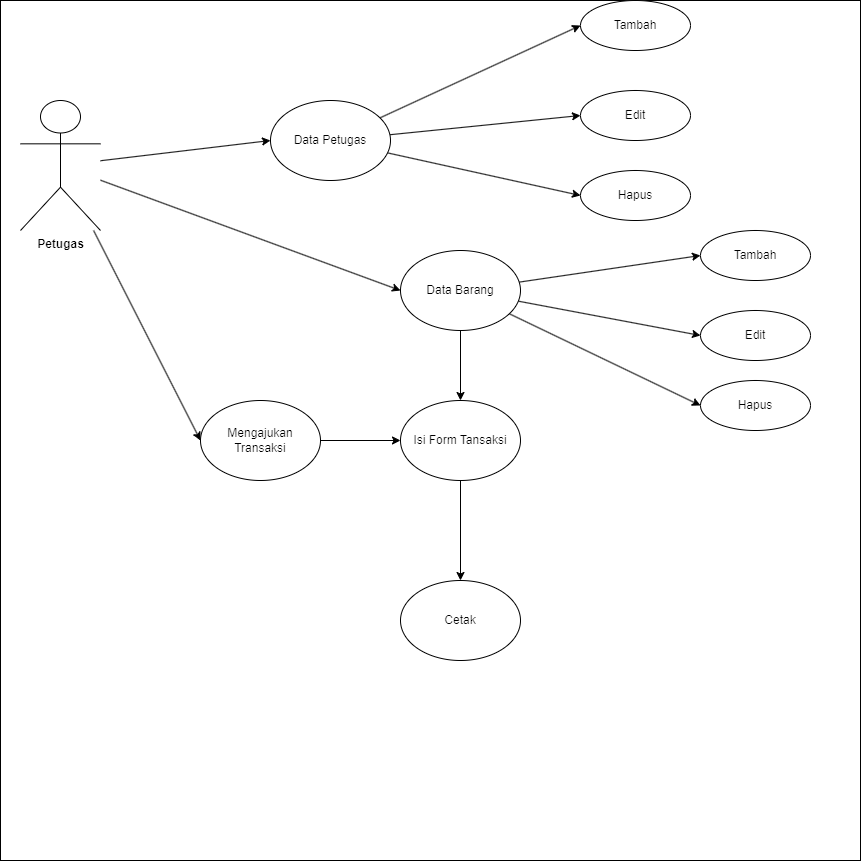
MountZ1/PR_PenjualanHandPhone_ArdiSaputraTIP-21.2 keeps this draw.io diagram as UseCaseDiagram.drawio.png. Above is the earlier version. Source tidied: cells renumbered, new cells last; positions are measured from the earlier drawing's top-left corner, leaving out a move shared by most shapes. Its diagram source:
```xml
<mxGraphModel>
  <root>
    <mxCell id="0" />
    <mxCell id="1" parent="0" />
    <mxCell id="2" style="whiteSpace=wrap;html=1;" parent="1" vertex="1">
      <mxGeometry width="860" height="860" as="geometry" />
    </mxCell>
    <mxCell id="3" style="edgeStyle=none;rounded=0;jettySize=auto;html=1;entryX=0;entryY=0.5;entryDx=0;entryDy=0;" parent="1" edge="1" source="6" target="8">
      <mxGeometry relative="1" as="geometry" />
    </mxCell>
    <mxCell id="4" style="edgeStyle=none;rounded=0;jettySize=auto;html=1;entryX=0;entryY=0.5;entryDx=0;entryDy=0;" parent="1" edge="1" source="6" target="12">
      <mxGeometry relative="1" as="geometry" />
    </mxCell>
    <mxCell id="5" style="edgeStyle=none;rounded=0;jettySize=auto;html=1;entryX=0;entryY=0.5;entryDx=0;entryDy=0;" parent="1" edge="1" source="6" target="17">
      <mxGeometry relative="1" as="geometry" />
    </mxCell>
    <mxCell id="6" value="&lt;b&gt;Petugas&lt;/b&gt;" style="shape=umlActor;verticalLabelPosition=bottom;verticalAlign=top;html=1;" parent="1" vertex="1">
      <mxGeometry x="20" y="100" width="80" height="130" as="geometry" />
    </mxCell>
    <mxCell id="7" style="edgeStyle=none;rounded=0;jettySize=auto;html=1;entryX=0;entryY=0.5;entryDx=0;entryDy=0;" parent="1" edge="1" source="8" target="25">
      <mxGeometry relative="1" as="geometry" />
    </mxCell>
    <mxCell id="8" value="Mengajukan Transaksi" style="ellipse;whiteSpace=wrap;html=1;" parent="1" vertex="1">
      <mxGeometry x="200" y="400" width="120" height="80" as="geometry" />
    </mxCell>
    <mxCell id="9" style="edgeStyle=none;rounded=0;jettySize=auto;html=1;entryX=0;entryY=0.5;entryDx=0;entryDy=0;" parent="1" edge="1" source="12" target="20">
      <mxGeometry relative="1" as="geometry" />
    </mxCell>
    <mxCell id="10" style="edgeStyle=none;rounded=0;jettySize=auto;html=1;entryX=0;entryY=0.5;entryDx=0;entryDy=0;" parent="1" edge="1" source="12" target="19">
      <mxGeometry relative="1" as="geometry" />
    </mxCell>
    <mxCell id="11" style="edgeStyle=none;rounded=0;jettySize=auto;html=1;entryX=0;entryY=0.5;entryDx=0;entryDy=0;" parent="1" edge="1" source="12" target="18">
      <mxGeometry relative="1" as="geometry" />
    </mxCell>
    <mxCell id="12" value="Data Petugas" style="ellipse;whiteSpace=wrap;html=1;" parent="1" vertex="1">
      <mxGeometry x="270" y="100" width="120" height="80" as="geometry" />
    </mxCell>
    <mxCell id="13" style="edgeStyle=none;rounded=0;jettySize=auto;html=1;entryX=0;entryY=0.5;entryDx=0;entryDy=0;" parent="1" edge="1" source="17" target="21">
      <mxGeometry relative="1" as="geometry" />
    </mxCell>
    <mxCell id="14" style="edgeStyle=none;rounded=0;jettySize=auto;html=1;entryX=0;entryY=0.5;entryDx=0;entryDy=0;" parent="1" edge="1" source="17" target="22">
      <mxGeometry relative="1" as="geometry" />
    </mxCell>
    <mxCell id="15" style="edgeStyle=none;rounded=0;jettySize=auto;html=1;entryX=0;entryY=0.5;entryDx=0;entryDy=0;" parent="1" edge="1" source="17" target="23">
      <mxGeometry relative="1" as="geometry" />
    </mxCell>
    <mxCell id="16" style="edgeStyle=none;rounded=0;jettySize=auto;html=1;entryX=0.5;entryY=0;entryDx=0;entryDy=0;" parent="1" edge="1" source="17" target="25">
      <mxGeometry relative="1" as="geometry" />
    </mxCell>
    <mxCell id="17" value="Data Barang" style="ellipse;whiteSpace=wrap;html=1;" parent="1" vertex="1">
      <mxGeometry x="400" y="250" width="120" height="80" as="geometry" />
    </mxCell>
    <mxCell id="18" value="Tambah" style="ellipse;whiteSpace=wrap;html=1;" parent="1" vertex="1">
      <mxGeometry x="580" width="110" height="50" as="geometry" />
    </mxCell>
    <mxCell id="19" value="Edit" style="ellipse;whiteSpace=wrap;html=1;" parent="1" vertex="1">
      <mxGeometry x="580" y="90" width="110" height="50" as="geometry" />
    </mxCell>
    <mxCell id="20" value="Hapus" style="ellipse;whiteSpace=wrap;html=1;" parent="1" vertex="1">
      <mxGeometry x="580" y="170" width="110" height="50" as="geometry" />
    </mxCell>
    <mxCell id="21" value="Tambah" style="ellipse;whiteSpace=wrap;html=1;" parent="1" vertex="1">
      <mxGeometry x="700" y="230" width="110" height="50" as="geometry" />
    </mxCell>
    <mxCell id="22" value="Edit" style="ellipse;whiteSpace=wrap;html=1;" parent="1" vertex="1">
      <mxGeometry x="700" y="310" width="110" height="50" as="geometry" />
    </mxCell>
    <mxCell id="23" value="Hapus" style="ellipse;whiteSpace=wrap;html=1;" parent="1" vertex="1">
      <mxGeometry x="700" y="380" width="110" height="50" as="geometry" />
    </mxCell>
    <mxCell id="24" style="edgeStyle=none;rounded=0;jettySize=auto;html=1;entryX=0.5;entryY=0;entryDx=0;entryDy=0;" parent="1" edge="1" source="25" target="26">
      <mxGeometry relative="1" as="geometry" />
    </mxCell>
    <mxCell id="25" value="Isi Form Tansaksi" style="ellipse;whiteSpace=wrap;html=1;" parent="1" vertex="1">
      <mxGeometry x="400" y="400" width="120" height="80" as="geometry" />
    </mxCell>
    <mxCell id="26" value="Cetak" style="ellipse;whiteSpace=wrap;html=1;" parent="1" vertex="1">
      <mxGeometry x="400" y="580" width="120" height="80" as="geometry" />
    </mxCell>
  </root>
</mxGraphModel>
```
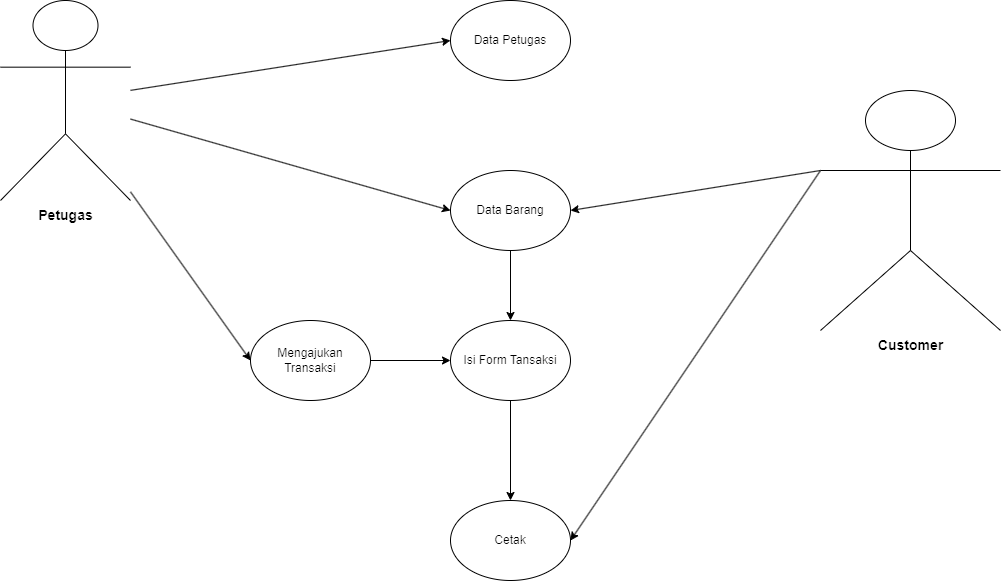
The same file after the commit.

What changed in the source:
```diff
@@ -2,9 +2,6 @@
   <root>
     <mxCell id="0" />
     <mxCell id="1" parent="0" />
-    <mxCell id="2" style="whiteSpace=wrap;html=1;" parent="1" vertex="1">
-      <mxGeometry width="860" height="860" as="geometry" />
-    </mxCell>
     <mxCell id="3" style="edgeStyle=none;rounded=0;jettySize=auto;html=1;entryX=0;entryY=0.5;entryDx=0;entryDy=0;" parent="1" edge="1" source="6" target="8">
       <mxGeometry relative="1" as="geometry" />
     </mxCell>
@@ -14,8 +11,8 @@
     <mxCell id="5" style="edgeStyle=none;rounded=0;jettySize=auto;html=1;entryX=0;entryY=0.5;entryDx=0;entryDy=0;" parent="1" edge="1" source="6" target="17">
       <mxGeometry relative="1" as="geometry" />
     </mxCell>
-    <mxCell id="6" value="&lt;b&gt;Petugas&lt;/b&gt;" style="shape=umlActor;verticalLabelPosition=bottom;verticalAlign=top;html=1;" parent="1" vertex="1">
-      <mxGeometry x="20" y="100" width="80" height="130" as="geometry" />
+    <mxCell id="6" value="&lt;b&gt;&lt;font style=&quot;font-size: 14px;&quot;&gt;Petugas&lt;/font&gt;&lt;/b&gt;" style="shape=umlActor;verticalLabelPosition=bottom;verticalAlign=top;html=1;" parent="1" vertex="1">
+      <mxGeometry x="-50" y="80" width="130" height="200" as="geometry" />
     </mxCell>
     <mxCell id="7" style="edgeStyle=none;rounded=0;jettySize=auto;html=1;entryX=0;entryY=0.5;entryDx=0;entryDy=0;" parent="1" edge="1" source="8" target="25">
       <mxGeometry relative="1" as="geometry" />
@@ -23,51 +20,15 @@
     <mxCell id="8" value="Mengajukan Transaksi" style="ellipse;whiteSpace=wrap;html=1;" parent="1" vertex="1">
       <mxGeometry x="200" y="400" width="120" height="80" as="geometry" />
     </mxCell>
-    <mxCell id="9" style="edgeStyle=none;rounded=0;jettySize=auto;html=1;entryX=0;entryY=0.5;entryDx=0;entryDy=0;" parent="1" edge="1" source="12" target="20">
-      <mxGeometry relative="1" as="geometry" />
-    </mxCell>
-    <mxCell id="10" style="edgeStyle=none;rounded=0;jettySize=auto;html=1;entryX=0;entryY=0.5;entryDx=0;entryDy=0;" parent="1" edge="1" source="12" target="19">
-      <mxGeometry relative="1" as="geometry" />
-    </mxCell>
-    <mxCell id="11" style="edgeStyle=none;rounded=0;jettySize=auto;html=1;entryX=0;entryY=0.5;entryDx=0;entryDy=0;" parent="1" edge="1" source="12" target="18">
-      <mxGeometry relative="1" as="geometry" />
-    </mxCell>
     <mxCell id="12" value="Data Petugas" style="ellipse;whiteSpace=wrap;html=1;" parent="1" vertex="1">
-      <mxGeometry x="270" y="100" width="120" height="80" as="geometry" />
+      <mxGeometry x="400" y="80" width="120" height="80" as="geometry" />
     </mxCell>
-    <mxCell id="13" style="edgeStyle=none;rounded=0;jettySize=auto;html=1;entryX=0;entryY=0.5;entryDx=0;entryDy=0;" parent="1" edge="1" source="17" target="21">
-      <mxGeometry relative="1" as="geometry" />
-    </mxCell>
-    <mxCell id="14" style="edgeStyle=none;rounded=0;jettySize=auto;html=1;entryX=0;entryY=0.5;entryDx=0;entryDy=0;" parent="1" edge="1" source="17" target="22">
-      <mxGeometry relative="1" as="geometry" />
-    </mxCell>
-    <mxCell id="15" style="edgeStyle=none;rounded=0;jettySize=auto;html=1;entryX=0;entryY=0.5;entryDx=0;entryDy=0;" parent="1" edge="1" source="17" target="23">
-      <mxGeometry relative="1" as="geometry" />
-    </mxCell>
     <mxCell id="16" style="edgeStyle=none;rounded=0;jettySize=auto;html=1;entryX=0.5;entryY=0;entryDx=0;entryDy=0;" parent="1" edge="1" source="17" target="25">
       <mxGeometry relative="1" as="geometry" />
     </mxCell>
     <mxCell id="17" value="Data Barang" style="ellipse;whiteSpace=wrap;html=1;" parent="1" vertex="1">
       <mxGeometry x="400" y="250" width="120" height="80" as="geometry" />
     </mxCell>
-    <mxCell id="18" value="Tambah" style="ellipse;whiteSpace=wrap;html=1;" parent="1" vertex="1">
-      <mxGeometry x="580" width="110" height="50" as="geometry" />
-    </mxCell>
-    <mxCell id="19" value="Edit" style="ellipse;whiteSpace=wrap;html=1;" parent="1" vertex="1">
-      <mxGeometry x="580" y="90" width="110" height="50" as="geometry" />
-    </mxCell>
-    <mxCell id="20" value="Hapus" style="ellipse;whiteSpace=wrap;html=1;" parent="1" vertex="1">
-      <mxGeometry x="580" y="170" width="110" height="50" as="geometry" />
-    </mxCell>
-    <mxCell id="21" value="Tambah" style="ellipse;whiteSpace=wrap;html=1;" parent="1" vertex="1">
-      <mxGeometry x="700" y="230" width="110" height="50" as="geometry" />
-    </mxCell>
-    <mxCell id="22" value="Edit" style="ellipse;whiteSpace=wrap;html=1;" parent="1" vertex="1">
-      <mxGeometry x="700" y="310" width="110" height="50" as="geometry" />
-    </mxCell>
-    <mxCell id="23" value="Hapus" style="ellipse;whiteSpace=wrap;html=1;" parent="1" vertex="1">
-      <mxGeometry x="700" y="380" width="110" height="50" as="geometry" />
-    </mxCell>
     <mxCell id="24" style="edgeStyle=none;rounded=0;jettySize=auto;html=1;entryX=0.5;entryY=0;entryDx=0;entryDy=0;" parent="1" edge="1" source="25" target="26">
       <mxGeometry relative="1" as="geometry" />
     </mxCell>
@@ -77,5 +38,14 @@
     <mxCell id="26" value="Cetak" style="ellipse;whiteSpace=wrap;html=1;" parent="1" vertex="1">
       <mxGeometry x="400" y="580" width="120" height="80" as="geometry" />
     </mxCell>
+    <mxCell id="27" value="&lt;b&gt;&lt;font style=&quot;font-size: 14px;&quot;&gt;Customer&lt;/font&gt;&lt;br&gt;&lt;/b&gt;" style="shape=umlActor;verticalLabelPosition=bottom;verticalAlign=top;html=1;" parent="1" vertex="1">
+      <mxGeometry x="770" y="170" width="180" height="240" as="geometry" />
+    </mxCell>
+    <mxCell id="28" style="endArrow=classic;html=1;rounded=0;exitX=0;exitY=0.3333333333333333;exitDx=0;exitDy=0;exitPerimeter=0;entryX=1;entryY=0.5;entryDx=0;entryDy=0;" parent="1" edge="1" source="27" target="17">
+      <mxGeometry relative="1" as="geometry" />
+    </mxCell>
+    <mxCell id="29" style="endArrow=classic;html=1;rounded=0;exitX=0;exitY=0.3333333333333333;exitDx=0;exitDy=0;exitPerimeter=0;entryX=1;entryY=0.5;entryDx=0;entryDy=0;" parent="1" edge="1" source="27" target="26">
+      <mxGeometry relative="1" as="geometry" />
+    </mxCell>
   </root>
 </mxGraphModel>
```
